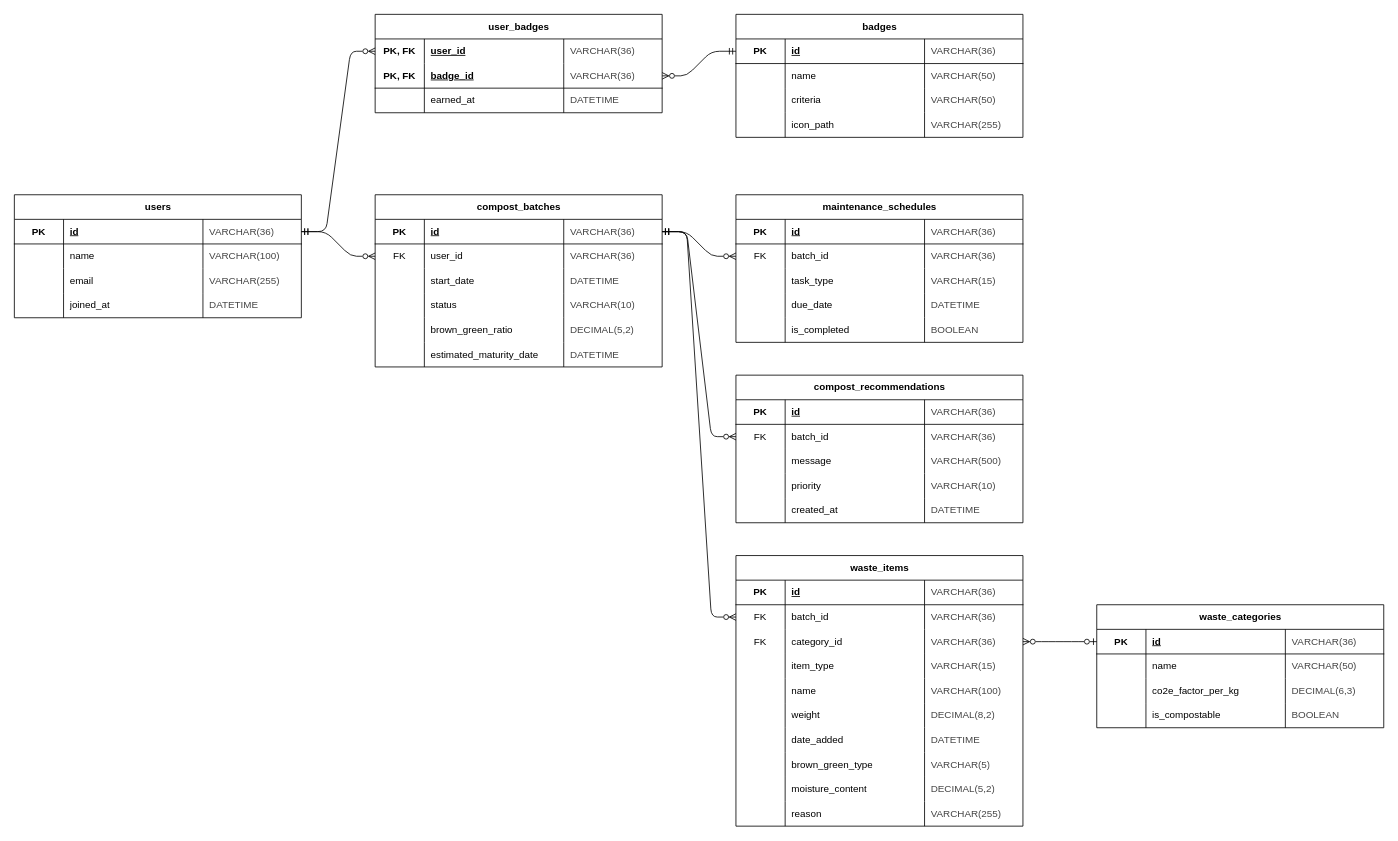
Before: docs/erd-composta.drawio in Nabil-Aufa/composta, a draw.io diagram. Source tidied: cells renumbered, new cells numbered last; positions are measured from the earlier drawing's top-left corner, leaving out a move shared by most shapes. Both pictures are drawn from the tidied source at 82%, with x=0, y=0 at pixel (14, 14).
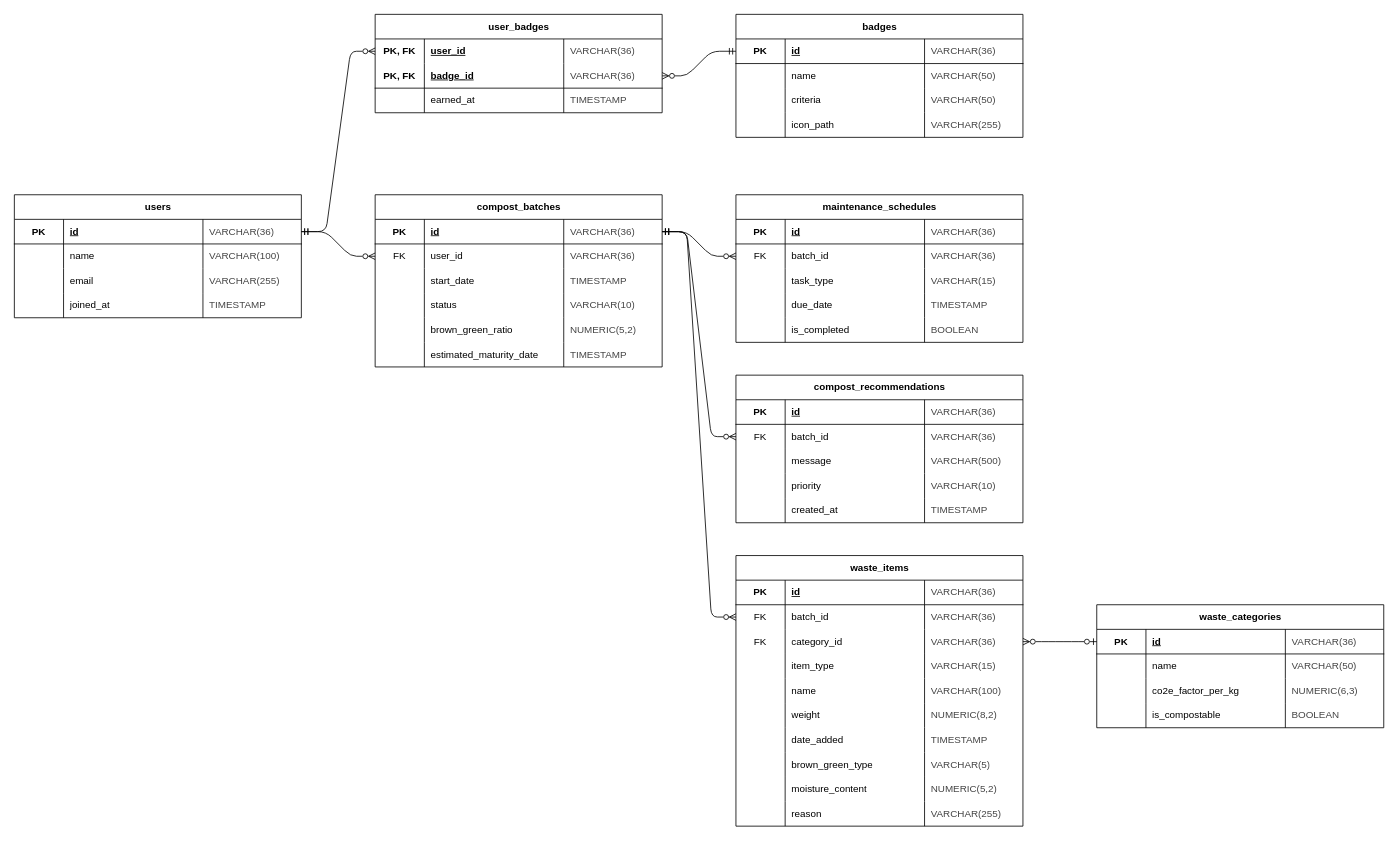
Above is the later version.

Commit message (it also covers changes not shown here):
memperbarui tipe data pada diagram ERD menjadi TIMESTAMP dan NUMERIC (#4)

The change refers to these unchanged cells:
```xml
<mxCell id="15" style="shape=tableRow;horizontal=0;startSize=0;swimlaneHead=0;swimlaneBody=0;fillColor=none;top=0;left=0;right=0;bottom=0;" parent="2" vertex="1">
  <mxGeometry y="120" width="350" height="30" as="geometry" />
</mxCell>
<mxCell id="28" style="shape=tableRow;horizontal=0;startSize=0;swimlaneHead=0;swimlaneBody=0;fillColor=none;top=0;left=0;right=0;bottom=0;" parent="19" vertex="1">
  <mxGeometry y="90" width="350" height="30" as="geometry" />
</mxCell>
<mxCell id="58" style="shape=tableRow;horizontal=0;startSize=0;swimlaneHead=0;swimlaneBody=0;fillColor=none;top=0;left=0;right=0;bottom=0;" parent="49" vertex="1">
  <mxGeometry y="90" width="350" height="30" as="geometry" />
</mxCell>
<mxCell id="66" style="shape=tableRow;horizontal=0;startSize=0;swimlaneHead=0;swimlaneBody=0;fillColor=none;top=0;left=0;right=0;bottom=0;" parent="49" vertex="1">
  <mxGeometry y="150" width="350" height="30" as="geometry" />
</mxCell>
<mxCell id="70" style="shape=tableRow;horizontal=0;startSize=0;swimlaneHead=0;swimlaneBody=0;fillColor=none;top=0;left=0;right=0;bottom=0;" parent="49" vertex="1">
  <mxGeometry y="180" width="350" height="30" as="geometry" />
</mxCell>
<mxCell id="87" style="shape=tableRow;horizontal=0;startSize=0;swimlaneHead=0;swimlaneBody=0;fillColor=none;top=0;left=0;right=0;bottom=0;" parent="74" vertex="1">
  <mxGeometry y="120" width="350" height="30" as="geometry" />
</mxCell>
<mxCell id="112" style="shape=tableRow;horizontal=0;startSize=0;swimlaneHead=0;swimlaneBody=0;fillColor=none;top=0;left=0;right=0;bottom=0;" parent="95" vertex="1">
  <mxGeometry y="150" width="350" height="30" as="geometry" />
</mxCell>
<mxCell id="137" style="shape=tableRow;horizontal=0;startSize=0;swimlaneHead=0;swimlaneBody=0;fillColor=none;top=0;left=0;right=0;bottom=0;" parent="116" vertex="1">
  <mxGeometry y="180" width="350" height="30" as="geometry" />
</mxCell>
<mxCell id="141" style="shape=tableRow;horizontal=0;startSize=0;swimlaneHead=0;swimlaneBody=0;fillColor=none;top=0;left=0;right=0;bottom=0;" parent="116" vertex="1">
  <mxGeometry y="210" width="350" height="30" as="geometry" />
</mxCell>
<mxCell id="149" style="shape=tableRow;horizontal=0;startSize=0;swimlaneHead=0;swimlaneBody=0;fillColor=none;top=0;left=0;right=0;bottom=0;" parent="116" vertex="1">
  <mxGeometry y="270" width="350" height="30" as="geometry" />
</mxCell>
<mxCell id="166" style="shape=tableRow;horizontal=0;startSize=0;swimlaneHead=0;swimlaneBody=0;fillColor=none;top=0;left=0;right=0;bottom=0;" parent="157" vertex="1">
  <mxGeometry y="90" width="350" height="30" as="geometry" />
</mxCell>
```

Diff of the diagram source:
```diff
@@
-    <mxCell id="18" value="DATETIME" style="shape=partialRectangle;fillColor=none;top=0;left=0;bottom=0;right=0;overflow=hidden;whiteSpace=wrap;html=1;align=left;spacingLeft=6;fontColor=#444444;" parent="15" vertex="1">
+    <mxCell id="18" value="TIMESTAMP" style="shape=partialRectangle;fillColor=none;top=0;left=0;bottom=0;right=0;overflow=hidden;whiteSpace=wrap;html=1;align=left;spacingLeft=6;fontColor=#444444;" parent="15" vertex="1">
       <mxGeometry x="230" width="120" height="30" as="geometry" />
     </mxCell>
@@
-    <mxCell id="31" value="DATETIME" style="shape=partialRectangle;fillColor=none;top=0;left=0;bottom=0;right=0;overflow=hidden;whiteSpace=wrap;html=1;align=left;spacingLeft=6;fontColor=#444444;" parent="28" vertex="1">
+    <mxCell id="31" value="TIMESTAMP" style="shape=partialRectangle;fillColor=none;top=0;left=0;bottom=0;right=0;overflow=hidden;whiteSpace=wrap;html=1;align=left;spacingLeft=6;fontColor=#444444;" parent="28" vertex="1">
       <mxGeometry x="230" width="120" height="30" as="geometry" />
     </mxCell>
@@
-    <mxCell id="61" value="DATETIME" style="shape=partialRectangle;fillColor=none;top=0;left=0;bottom=0;right=0;overflow=hidden;whiteSpace=wrap;html=1;align=left;spacingLeft=6;fontColor=#444444;" parent="58" vertex="1">
+    <mxCell id="61" value="TIMESTAMP" style="shape=partialRectangle;fillColor=none;top=0;left=0;bottom=0;right=0;overflow=hidden;whiteSpace=wrap;html=1;align=left;spacingLeft=6;fontColor=#444444;" parent="58" vertex="1">
       <mxGeometry x="230" width="120" height="30" as="geometry" />
     </mxCell>
@@
-    <mxCell id="69" value="DECIMAL(5,2)" style="shape=partialRectangle;fillColor=none;top=0;left=0;bottom=0;right=0;overflow=hidden;whiteSpace=wrap;html=1;align=left;spacingLeft=6;fontColor=#444444;" parent="66" vertex="1">
+    <mxCell id="69" value="NUMERIC(5,2)" style="shape=partialRectangle;fillColor=none;top=0;left=0;bottom=0;right=0;overflow=hidden;whiteSpace=wrap;html=1;align=left;spacingLeft=6;fontColor=#444444;" parent="66" vertex="1">
       <mxGeometry x="230" width="120" height="30" as="geometry" />
     </mxCell>
@@
-    <mxCell id="73" value="DATETIME" style="shape=partialRectangle;fillColor=none;top=0;left=0;bottom=0;right=0;overflow=hidden;whiteSpace=wrap;html=1;align=left;spacingLeft=6;fontColor=#444444;" parent="70" vertex="1">
+    <mxCell id="73" value="TIMESTAMP" style="shape=partialRectangle;fillColor=none;top=0;left=0;bottom=0;right=0;overflow=hidden;whiteSpace=wrap;html=1;align=left;spacingLeft=6;fontColor=#444444;" parent="70" vertex="1">
       <mxGeometry x="230" width="120" height="30" as="geometry" />
     </mxCell>
@@
-    <mxCell id="90" value="DATETIME" style="shape=partialRectangle;fillColor=none;top=0;left=0;bottom=0;right=0;overflow=hidden;whiteSpace=wrap;html=1;align=left;spacingLeft=6;fontColor=#444444;" parent="87" vertex="1">
+    <mxCell id="90" value="TIMESTAMP" style="shape=partialRectangle;fillColor=none;top=0;left=0;bottom=0;right=0;overflow=hidden;whiteSpace=wrap;html=1;align=left;spacingLeft=6;fontColor=#444444;" parent="87" vertex="1">
       <mxGeometry x="230" width="120" height="30" as="geometry" />
     </mxCell>
@@
-    <mxCell id="115" value="DATETIME" style="shape=partialRectangle;fillColor=none;top=0;left=0;bottom=0;right=0;overflow=hidden;whiteSpace=wrap;html=1;align=left;spacingLeft=6;fontColor=#444444;" parent="112" vertex="1">
+    <mxCell id="115" value="TIMESTAMP" style="shape=partialRectangle;fillColor=none;top=0;left=0;bottom=0;right=0;overflow=hidden;whiteSpace=wrap;html=1;align=left;spacingLeft=6;fontColor=#444444;" parent="112" vertex="1">
       <mxGeometry x="230" width="120" height="30" as="geometry" />
     </mxCell>
@@
-    <mxCell id="140" value="DECIMAL(8,2)" style="shape=partialRectangle;fillColor=none;top=0;left=0;bottom=0;right=0;overflow=hidden;whiteSpace=wrap;html=1;align=left;spacingLeft=6;fontColor=#444444;" parent="137" vertex="1">
+    <mxCell id="140" value="NUMERIC(8,2)" style="shape=partialRectangle;fillColor=none;top=0;left=0;bottom=0;right=0;overflow=hidden;whiteSpace=wrap;html=1;align=left;spacingLeft=6;fontColor=#444444;" parent="137" vertex="1">
       <mxGeometry x="230" width="120" height="30" as="geometry" />
     </mxCell>
@@
-    <mxCell id="144" value="DATETIME" style="shape=partialRectangle;fillColor=none;top=0;left=0;bottom=0;right=0;overflow=hidden;whiteSpace=wrap;html=1;align=left;spacingLeft=6;fontColor=#444444;" parent="141" vertex="1">
+    <mxCell id="144" value="TIMESTAMP" style="shape=partialRectangle;fillColor=none;top=0;left=0;bottom=0;right=0;overflow=hidden;whiteSpace=wrap;html=1;align=left;spacingLeft=6;fontColor=#444444;" parent="141" vertex="1">
       <mxGeometry x="230" width="120" height="30" as="geometry" />
     </mxCell>
@@
-    <mxCell id="152" value="DECIMAL(5,2)" style="shape=partialRectangle;fillColor=none;top=0;left=0;bottom=0;right=0;overflow=hidden;whiteSpace=wrap;html=1;align=left;spacingLeft=6;fontColor=#444444;" parent="149" vertex="1">
+    <mxCell id="152" value="NUMERIC(5,2)" style="shape=partialRectangle;fillColor=none;top=0;left=0;bottom=0;right=0;overflow=hidden;whiteSpace=wrap;html=1;align=left;spacingLeft=6;fontColor=#444444;" parent="149" vertex="1">
       <mxGeometry x="230" width="120" height="30" as="geometry" />
     </mxCell>
@@
-    <mxCell id="169" value="DECIMAL(6,3)" style="shape=partialRectangle;fillColor=none;top=0;left=0;bottom=0;right=0;overflow=hidden;whiteSpace=wrap;html=1;align=left;spacingLeft=6;fontColor=#444444;" parent="166" vertex="1">
+    <mxCell id="169" value="NUMERIC(6,3)" style="shape=partialRectangle;fillColor=none;top=0;left=0;bottom=0;right=0;overflow=hidden;whiteSpace=wrap;html=1;align=left;spacingLeft=6;fontColor=#444444;" parent="166" vertex="1">
       <mxGeometry x="230" width="120" height="30" as="geometry" />
     </mxCell>
```
